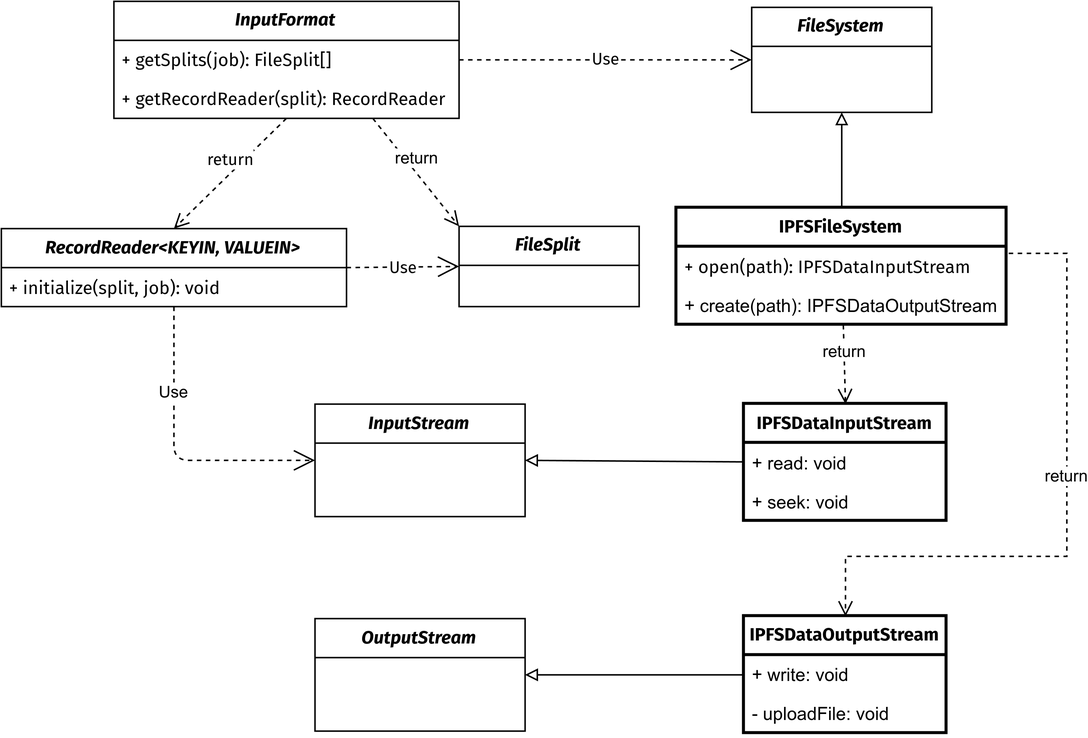
Earlier version of the draw.io export doc/img/hadoop-fs-class-diagram.png (leJTA/hadoop-ipfs-project). Source tidied: cells renumbered, new cells last; positions are measured from the earlier drawing's top-left corner, leaving out a move shared by most shapes.
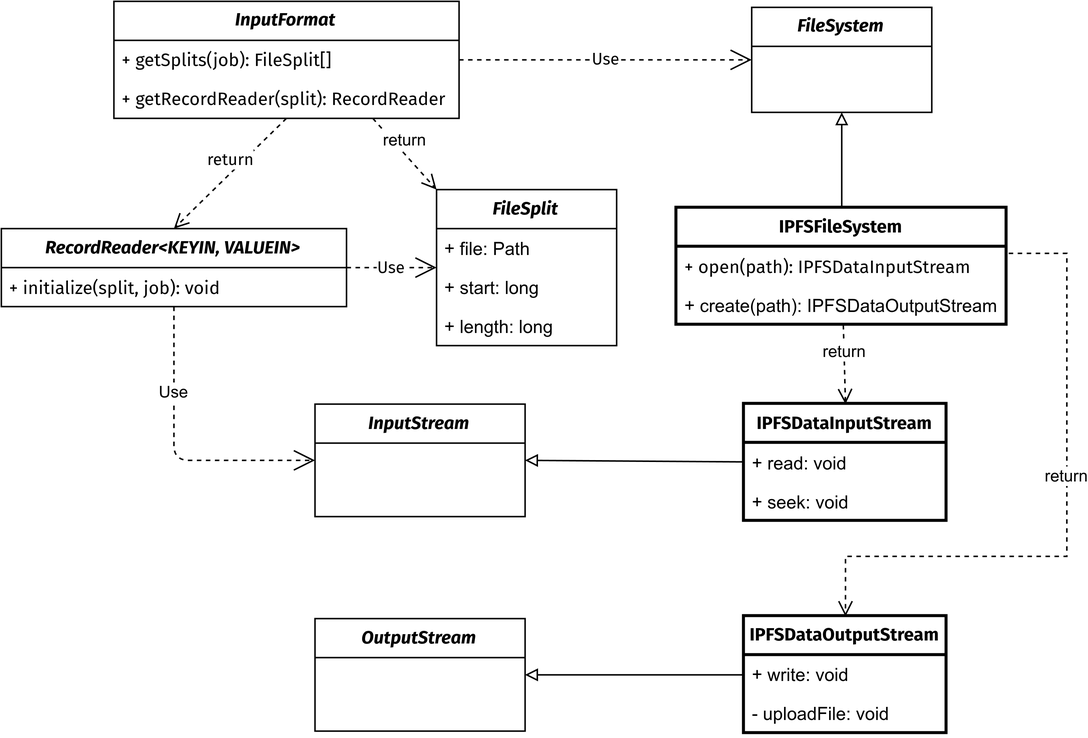
Later version of the same file.

Commit message:
doc: update class diagram

Change to the diagram source:
```diff
@@ -9,89 +9,98 @@
       <mxGeometry y="26" width="230" height="26" as="geometry" />
     </mxCell>
     <mxCell id="4" value="FileSplit" style="swimlane;fontStyle=3;horizontal=1;startSize=26;fillColor=none;whiteSpace=wrap;html=1;fontFamily=Fira Sans;" parent="1" vertex="1">
-      <mxGeometry x="305" y="150" width="120" height="53.5" as="geometry" />
+      <mxGeometry x="290" y="125.5" width="120" height="104" as="geometry" />
     </mxCell>
-    <mxCell id="5" value="Use" style="endArrow=open;endSize=12;dashed=1;html=1;rounded=0;exitX=1;exitY=0.5;exitDx=0;exitDy=0;entryX=0;entryY=0.5;entryDx=0;entryDy=0;fontFamily=Fira Sans;" parent="1" edge="1" source="2" target="4">
-      <mxGeometry relative="1" as="geometry" />
+    <mxCell id="5" value="+ file: Path" style="text;strokeColor=none;fillColor=none;align=left;verticalAlign=top;spacingLeft=4;spacingRight=4;overflow=hidden;whiteSpace=wrap;html=1;" parent="4" vertex="1">
+      <mxGeometry y="26" width="120" height="26" as="geometry" />
     </mxCell>
-    <mxCell id="6" value="return" style="html=1;verticalAlign=bottom;endArrow=open;dashed=1;endSize=8;curved=0;rounded=0;exitX=0.5;exitY=1;exitDx=0;exitDy=0;entryX=0.5;entryY=0;entryDx=0;entryDy=0;fontFamily=Fira Sans;" parent="1" edge="1" source="26" target="2">
-      <mxGeometry relative="1" as="geometry" />
+    <mxCell id="6" value="+ start: long" style="text;strokeColor=none;fillColor=none;align=left;verticalAlign=top;spacingLeft=4;spacingRight=4;overflow=hidden;whiteSpace=wrap;html=1;" parent="4" vertex="1">
+      <mxGeometry y="52" width="120" height="26" as="geometry" />
     </mxCell>
-    <mxCell id="7" value="FileSystem" style="swimlane;fontStyle=3;horizontal=1;startSize=26;fillColor=none;whiteSpace=wrap;html=1;fontFamily=Fira Sans;strokeWidth=1;" parent="1" vertex="1">
-      <mxGeometry x="500" y="4" width="120" height="70" as="geometry" />
+    <mxCell id="7" value="+ length: long" style="text;strokeColor=none;fillColor=none;align=left;verticalAlign=top;spacingLeft=4;spacingRight=4;overflow=hidden;points=[[0,0.5],[1,0.5]];portConstraint=eastwest;whiteSpace=wrap;html=1;" parent="4" vertex="1">
+      <mxGeometry y="78" width="120" height="26" as="geometry" />
     </mxCell>
-    <mxCell id="8" value="Use" style="endArrow=open;endSize=12;dashed=1;html=1;rounded=0;exitX=1;exitY=0.5;exitDx=0;exitDy=0;entryX=0;entryY=0.5;entryDx=0;entryDy=0;fontFamily=Fira Sans;" parent="1" edge="1" source="26" target="7">
+    <mxCell id="8" value="Use" style="endArrow=open;endSize=12;dashed=1;html=1;rounded=0;exitX=1;exitY=0.5;exitDx=0;exitDy=0;entryX=0;entryY=0.5;entryDx=0;entryDy=0;fontFamily=Fira Sans;" parent="1" edge="1" source="2" target="4">
       <mxGeometry relative="1" as="geometry" />
     </mxCell>
-    <mxCell id="9" style="rounded=0;jettySize=auto;html=1;exitX=0.5;exitY=0;exitDx=0;exitDy=0;entryX=0.5;entryY=1;entryDx=0;entryDy=0;endArrow=block;endFill=0;fontFamily=Fira Sans;" parent="1" edge="1" source="10" target="7">
+    <mxCell id="9" value="return" style="html=1;verticalAlign=bottom;endArrow=open;dashed=1;endSize=8;curved=0;rounded=0;exitX=0.5;exitY=1;exitDx=0;exitDy=0;entryX=0.5;entryY=0;entryDx=0;entryDy=0;fontFamily=Fira Sans;" parent="1" edge="1" source="29" target="2">
       <mxGeometry relative="1" as="geometry" />
     </mxCell>
-    <mxCell id="10" value="&lt;span style=&quot;font-style: normal;&quot;&gt;IPFSFileSystem&lt;/span&gt;" style="swimlane;fontStyle=3;horizontal=1;startSize=26;fillColor=none;whiteSpace=wrap;html=1;fontFamily=Fira Sans;strokeWidth=2;" parent="1" vertex="1">
-      <mxGeometry x="450" y="137.8" width="220" height="78" as="geometry" />
+    <mxCell id="10" value="FileSystem" style="swimlane;fontStyle=3;horizontal=1;startSize=26;fillColor=none;whiteSpace=wrap;html=1;fontFamily=Fira Sans;strokeWidth=1;" parent="1" vertex="1">
+      <mxGeometry x="500" y="4" width="120" height="70" as="geometry" />
     </mxCell>
-    <mxCell id="11" value="+ open(path): IPFSDataInputStream" style="text;strokeColor=none;fillColor=none;align=left;verticalAlign=top;spacingLeft=4;spacingRight=4;overflow=hidden;whiteSpace=wrap;html=1;fontFamily=Fira Sans;" parent="10" vertex="1">
-      <mxGeometry y="26" width="220" height="26" as="geometry" />
+    <mxCell id="11" value="Use" style="endArrow=open;endSize=12;dashed=1;html=1;rounded=0;exitX=1;exitY=0.5;exitDx=0;exitDy=0;entryX=0;entryY=0.5;entryDx=0;entryDy=0;fontFamily=Fira Sans;" parent="1" edge="1" source="29" target="10">
+      <mxGeometry relative="1" as="geometry" />
     </mxCell>
-    <mxCell id="12" value="+ create(path): IPFSDataOutputStream" style="text;strokeColor=none;fillColor=none;align=left;verticalAlign=top;spacingLeft=4;spacingRight=4;overflow=hidden;points=[[0,0.5],[1,0.5]];portConstraint=eastwest;whiteSpace=wrap;html=1;" parent="10" vertex="1">
-      <mxGeometry y="52" width="220" height="26" as="geometry" />
+    <mxCell id="12" style="rounded=0;jettySize=auto;html=1;exitX=0.5;exitY=0;exitDx=0;exitDy=0;entryX=0.5;entryY=1;entryDx=0;entryDy=0;endArrow=block;endFill=0;fontFamily=Fira Sans;" parent="1" edge="1" source="13" target="10">
+      <mxGeometry relative="1" as="geometry" />
     </mxCell>
-    <mxCell id="13" value="IPFSDataInputStream" style="swimlane;fontStyle=1;horizontal=1;startSize=26;whiteSpace=wrap;html=1;fontFamily=Fira Sans;strokeWidth=2;" parent="1" vertex="1">
-      <mxGeometry x="495" y="268.5" width="135" height="78" as="geometry" />
+    <mxCell id="13" value="&lt;span style=&quot;font-style: normal;&quot;&gt;IPFSFileSystem&lt;/span&gt;" style="swimlane;fontStyle=3;horizontal=1;startSize=26;fillColor=none;whiteSpace=wrap;html=1;fontFamily=Fira Sans;strokeWidth=2;" parent="1" vertex="1">
+      <mxGeometry x="450" y="137.8" width="220" height="78" as="geometry" />
     </mxCell>
-    <mxCell id="14" value="+ read: void" style="text;strokeColor=none;fillColor=none;align=left;verticalAlign=top;spacingLeft=4;spacingRight=4;overflow=hidden;whiteSpace=wrap;html=1;" parent="13" vertex="1">
-      <mxGeometry y="26" width="135" height="26" as="geometry" />
+    <mxCell id="14" value="+ open(path): IPFSDataInputStream" style="text;strokeColor=none;fillColor=none;align=left;verticalAlign=top;spacingLeft=4;spacingRight=4;overflow=hidden;whiteSpace=wrap;html=1;fontFamily=Fira Sans;" parent="13" vertex="1">
+      <mxGeometry y="26" width="220" height="26" as="geometry" />
     </mxCell>
-    <mxCell id="15" value="+ seek: void" style="text;strokeColor=none;fillColor=none;align=left;verticalAlign=top;spacingLeft=4;spacingRight=4;overflow=hidden;points=[[0,0.5],[1,0.5]];portConstraint=eastwest;whiteSpace=wrap;html=1;" parent="13" vertex="1">
-      <mxGeometry y="52" width="135" height="26" as="geometry" />
+    <mxCell id="15" value="+ create(path): IPFSDataOutputStream" style="text;strokeColor=none;fillColor=none;align=left;verticalAlign=top;spacingLeft=4;spacingRight=4;overflow=hidden;points=[[0,0.5],[1,0.5]];portConstraint=eastwest;whiteSpace=wrap;html=1;" parent="13" vertex="1">
+      <mxGeometry y="52" width="220" height="26" as="geometry" />
     </mxCell>
-    <mxCell id="16" value="return" style="html=1;verticalAlign=bottom;endArrow=open;endSize=8;curved=0;rounded=0;entryX=0.5;entryY=0;entryDx=0;entryDy=0;dashed=1;" parent="1" edge="1" source="10" target="13">
-      <mxGeometry relative="1" as="geometry" />
+    <mxCell id="16" value="IPFSDataInputStream" style="swimlane;fontStyle=1;horizontal=1;startSize=26;whiteSpace=wrap;html=1;fontFamily=Fira Sans;strokeWidth=2;" parent="1" vertex="1">
+      <mxGeometry x="495" y="268.5" width="135" height="78" as="geometry" />
     </mxCell>
-    <mxCell id="17" style="rounded=0;jettySize=auto;html=1;exitX=1;exitY=0.5;exitDx=0;exitDy=0;endArrow=none;endFill=0;startArrow=block;startFill=0;" parent="1" edge="1" source="18" target="13">
-      <mxGeometry relative="1" as="geometry" />
+    <mxCell id="17" value="+ read: void" style="text;strokeColor=none;fillColor=none;align=left;verticalAlign=top;spacingLeft=4;spacingRight=4;overflow=hidden;whiteSpace=wrap;html=1;" parent="16" vertex="1">
+      <mxGeometry y="26" width="135" height="26" as="geometry" />
     </mxCell>
-    <mxCell id="18" value="&lt;div&gt;&lt;span style=&quot;background-color: transparent; color: light-dark(rgb(0, 0, 0), rgb(255, 255, 255));&quot;&gt;InputStream&lt;/span&gt;&lt;/div&gt;" style="swimlane;fontStyle=3;horizontal=1;startSize=26;fillColor=none;whiteSpace=wrap;html=1;fontFamily=Fira Sans;" parent="1" vertex="1">
-      <mxGeometry x="209" y="268.5" width="140" height="75" as="geometry" />
+    <mxCell id="18" value="+ seek: void" style="text;strokeColor=none;fillColor=none;align=left;verticalAlign=top;spacingLeft=4;spacingRight=4;overflow=hidden;points=[[0,0.5],[1,0.5]];portConstraint=eastwest;whiteSpace=wrap;html=1;" parent="16" vertex="1">
+      <mxGeometry y="52" width="135" height="26" as="geometry" />
     </mxCell>
-    <mxCell id="19" value="Use" style="endArrow=open;endSize=12;dashed=1;html=1;rounded=1;entryX=0;entryY=0.5;entryDx=0;entryDy=0;edgeStyle=orthogonalEdgeStyle;curved=0;exitX=0.5;exitY=1;exitDx=0;exitDy=0;" parent="1" edge="1" source="2" target="18">
-      <mxGeometry x="-0.42" relative="1" as="geometry" />
+    <mxCell id="19" value="return" style="html=1;verticalAlign=bottom;endArrow=open;endSize=8;curved=0;rounded=0;entryX=0.5;entryY=0;entryDx=0;entryDy=0;dashed=1;" parent="1" edge="1" source="13" target="16">
+      <mxGeometry relative="1" as="geometry" />
     </mxCell>
-    <mxCell id="20" value="&lt;div&gt;&lt;span style=&quot;background-color: transparent; color: light-dark(rgb(0, 0, 0), rgb(255, 255, 255));&quot;&gt;OutputStream&lt;/span&gt;&lt;/div&gt;" style="swimlane;fontStyle=3;horizontal=1;startSize=26;fillColor=none;whiteSpace=wrap;html=1;fontFamily=Fira Sans;" parent="1" vertex="1">
-      <mxGeometry x="209" y="411.5" width="140" height="75" as="geometry" />
+    <mxCell id="20" style="rounded=0;jettySize=auto;html=1;exitX=1;exitY=0.5;exitDx=0;exitDy=0;endArrow=none;endFill=0;startArrow=block;startFill=0;" parent="1" edge="1" source="21" target="16">
+      <mxGeometry relative="1" as="geometry" />
     </mxCell>
-    <mxCell id="21" style="edgeStyle=orthogonalEdgeStyle;rounded=0;jettySize=auto;html=1;exitX=0;exitY=0.5;exitDx=0;exitDy=0;entryX=1;entryY=0.5;entryDx=0;entryDy=0;endArrow=block;endFill=0;" parent="1" edge="1" source="22" target="20">
-      <mxGeometry relative="1" as="geometry" />
+    <mxCell id="21" value="&lt;div&gt;&lt;span style=&quot;background-color: transparent; color: light-dark(rgb(0, 0, 0), rgb(255, 255, 255));&quot;&gt;InputStream&lt;/span&gt;&lt;/div&gt;" style="swimlane;fontStyle=3;horizontal=1;startSize=26;fillColor=none;whiteSpace=wrap;html=1;fontFamily=Fira Sans;" parent="1" vertex="1">
+      <mxGeometry x="209" y="268.5" width="140" height="75" as="geometry" />
     </mxCell>
-    <mxCell id="22" value="IPFSDataOutputStream" style="swimlane;fontStyle=1;horizontal=1;startSize=26;whiteSpace=wrap;html=1;fontFamily=Fira Sans;strokeWidth=2;" parent="1" vertex="1">
-      <mxGeometry x="495" y="410" width="135" height="78" as="geometry" />
+    <mxCell id="22" value="Use" style="endArrow=open;endSize=12;dashed=1;html=1;rounded=1;entryX=0;entryY=0.5;entryDx=0;entryDy=0;edgeStyle=orthogonalEdgeStyle;curved=0;exitX=0.5;exitY=1;exitDx=0;exitDy=0;" parent="1" edge="1" source="2" target="21">
+      <mxGeometry x="-0.42" relative="1" as="geometry" />
     </mxCell>
-    <mxCell id="23" value="+ write: void" style="text;strokeColor=none;fillColor=none;align=left;verticalAlign=top;spacingLeft=4;spacingRight=4;overflow=hidden;points=[[0,0.5],[1,0.5]];portConstraint=eastwest;whiteSpace=wrap;html=1;" parent="22" vertex="1">
-      <mxGeometry y="26" width="135" height="26" as="geometry" />
+    <mxCell id="23" value="&lt;div&gt;&lt;span style=&quot;background-color: transparent; color: light-dark(rgb(0, 0, 0), rgb(255, 255, 255));&quot;&gt;OutputStream&lt;/span&gt;&lt;/div&gt;" style="swimlane;fontStyle=3;horizontal=1;startSize=26;fillColor=none;whiteSpace=wrap;html=1;fontFamily=Fira Sans;" parent="1" vertex="1">
+      <mxGeometry x="209" y="411.5" width="140" height="75" as="geometry" />
     </mxCell>
-    <mxCell id="24" value="- uploadFile: void" style="text;strokeColor=none;fillColor=none;align=left;verticalAlign=top;spacingLeft=4;spacingRight=4;overflow=hidden;whiteSpace=wrap;html=1;" parent="22" vertex="1">
-      <mxGeometry y="52" width="135" height="26" as="geometry" />
+    <mxCell id="24" style="edgeStyle=orthogonalEdgeStyle;rounded=0;jettySize=auto;html=1;exitX=0;exitY=0.5;exitDx=0;exitDy=0;entryX=1;entryY=0.5;entryDx=0;entryDy=0;endArrow=block;endFill=0;" parent="1" edge="1" source="25" target="23">
+      <mxGeometry relative="1" as="geometry" />
     </mxCell>
-    <mxCell id="25" value="return" style="html=1;verticalAlign=bottom;endArrow=open;endSize=8;rounded=0;exitX=1;exitY=0.5;exitDx=0;exitDy=0;entryX=0.5;entryY=0;entryDx=0;entryDy=0;edgeStyle=orthogonalEdgeStyle;dashed=1;" parent="1" edge="1" source="12" target="22">
-      <mxGeometry relative="1" as="geometry">
-        <Array as="points">
-          <mxPoint x="670" y="168" />
-          <mxPoint x="710" y="168" />
-          <mxPoint x="710" y="370" />
-          <mxPoint x="562.5" y="370" />
-        </Array>
-      </mxGeometry>
+    <mxCell id="25" value="IPFSDataOutputStream" style="swimlane;fontStyle=1;horizontal=1;startSize=26;whiteSpace=wrap;html=1;fontFamily=Fira Sans;strokeWidth=2;" parent="1" vertex="1">
+      <mxGeometry x="495" y="410" width="135" height="78" as="geometry" />
     </mxCell>
-    <mxCell id="26" value="InputFormat" style="swimlane;fontStyle=3;horizontal=1;startSize=26;fillColor=none;whiteSpace=wrap;html=1;fontFamily=Fira Sans;" parent="1" vertex="1">
-      <mxGeometry x="75" width="230" height="78" as="geometry" />
+    <mxCell id="26" value="+ write: void" style="text;strokeColor=none;fillColor=none;align=left;verticalAlign=top;spacingLeft=4;spacingRight=4;overflow=hidden;points=[[0,0.5],[1,0.5]];portConstraint=eastwest;whiteSpace=wrap;html=1;" parent="25" vertex="1">
+      <mxGeometry y="26" width="135" height="26" as="geometry" />
     </mxCell>
-    <mxCell id="27" value="+ getSplits(job): FileSplit[]" style="text;strokeColor=none;fillColor=none;align=left;verticalAlign=top;spacingLeft=4;spacingRight=4;overflow=hidden;whiteSpace=wrap;html=1;fontFamily=Fira Sans;" parent="26" vertex="1">
-      <mxGeometry y="26" width="230" height="26" as="geometry" />
+    <mxCell id="27" value="- uploadFile: void" style="text;strokeColor=none;fillColor=none;align=left;verticalAlign=top;spacingLeft=4;spacingRight=4;overflow=hidden;whiteSpace=wrap;html=1;" parent="25" vertex="1">
+      <mxGeometry y="52" width="135" height="26" as="geometry" />
     </mxCell>
-    <mxCell id="28" value="+ getRecordReader(split): RecordReader" style="text;strokeColor=none;fillColor=none;align=left;verticalAlign=top;spacingLeft=4;spacingRight=4;overflow=hidden;whiteSpace=wrap;html=1;fontFamily=Fira Sans;" parent="26" vertex="1">
-      <mxGeometry y="52" width="230" height="26" as="geometry" />
+    <mxCell id="28" value="return" style="html=1;verticalAlign=bottom;endArrow=open;endSize=8;rounded=0;exitX=1;exitY=0.5;exitDx=0;exitDy=0;entryX=0.5;entryY=0;entryDx=0;entryDy=0;edgeStyle=orthogonalEdgeStyle;dashed=1;" parent="1" edge="1" source="15" target="25">
+      <mxGeometry relative="1" as="geometry">
+        <Array as="points">
+          <mxPoint x="670" y="168" />
+          <mxPoint x="710" y="168" />
+          <mxPoint x="710" y="370" />
+          <mxPoint x="562.5" y="370" />
+        </Array>
+      </mxGeometry>
     </mxCell>
-    <mxCell id="29" value="return" style="html=1;verticalAlign=bottom;endArrow=open;dashed=1;endSize=8;curved=0;rounded=0;exitX=0.75;exitY=1;exitDx=0;exitDy=0;entryX=0;entryY=0;entryDx=0;entryDy=0;" parent="1" edge="1" source="26" target="4">
-      <mxGeometry relative="1" as="geometry" />
+    <mxCell id="29" value="InputFormat" style="swimlane;fontStyle=3;horizontal=1;startSize=26;fillColor=none;whiteSpace=wrap;html=1;fontFamily=Fira Sans;" parent="1" vertex="1">
+      <mxGeometry x="75" width="230" height="78" as="geometry" />
     </mxCell>
+    <mxCell id="30" value="+ getSplits(job): FileSplit[]" style="text;strokeColor=none;fillColor=none;align=left;verticalAlign=top;spacingLeft=4;spacingRight=4;overflow=hidden;whiteSpace=wrap;html=1;fontFamily=Fira Sans;" parent="29" vertex="1">
+      <mxGeometry y="26" width="230" height="26" as="geometry" />
+    </mxCell>
+    <mxCell id="31" value="+ getRecordReader(split): RecordReader" style="text;strokeColor=none;fillColor=none;align=left;verticalAlign=top;spacingLeft=4;spacingRight=4;overflow=hidden;whiteSpace=wrap;html=1;fontFamily=Fira Sans;" parent="29" vertex="1">
+      <mxGeometry y="52" width="230" height="26" as="geometry" />
+    </mxCell>
+    <mxCell id="32" value="return" style="html=1;verticalAlign=bottom;endArrow=open;dashed=1;endSize=8;curved=0;rounded=0;exitX=0.75;exitY=1;exitDx=0;exitDy=0;entryX=0;entryY=0;entryDx=0;entryDy=0;" parent="1" edge="1" source="29" target="4">
+      <mxGeometry relative="1" as="geometry" />
+    </mxCell>
   </root>
 </mxGraphModel>
```
